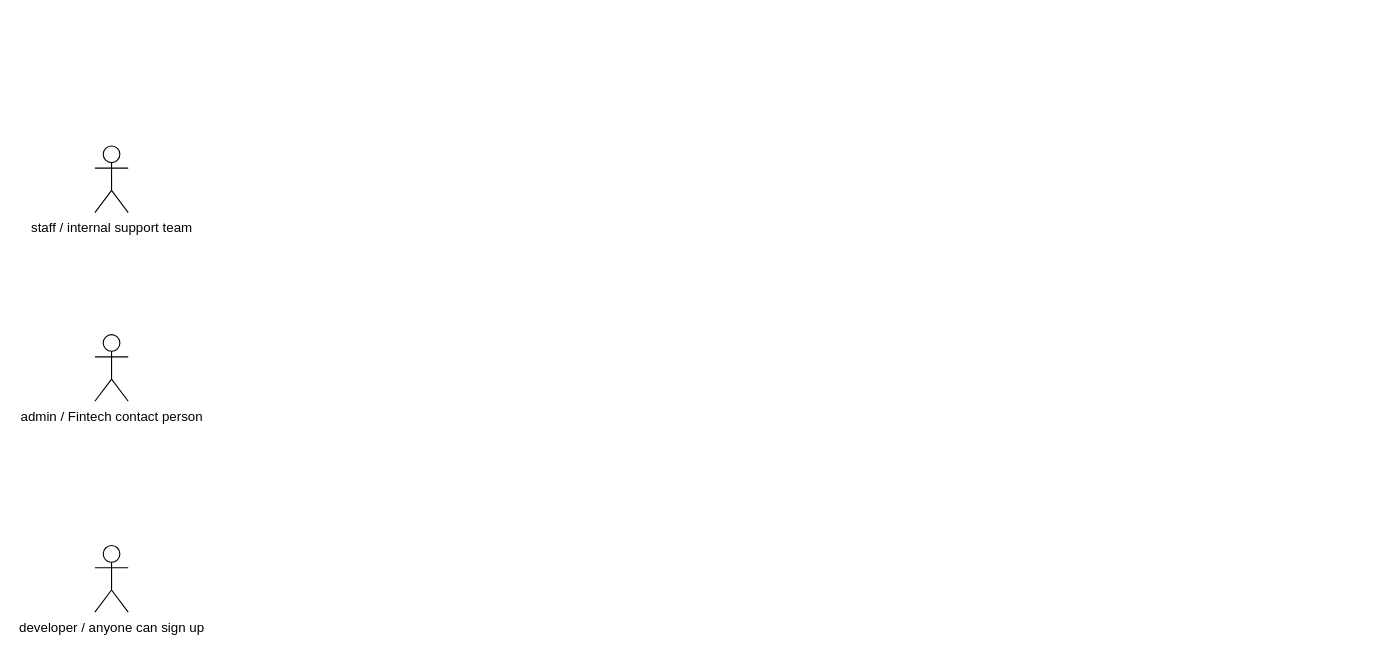
Above: Untitled Diagram.drawio in JoyceZ-collabZone/buildAndDeployMyCapstoneProject (draw.io), before the change. Source tidied: cells renumbered, new cells numbered last; positions are measured from the earlier drawing's top-left corner, leaving out a move shared by most shapes. Both pictures are drawn from the tidied source at 111%, with x=0, y=0 at pixel (94, 145).
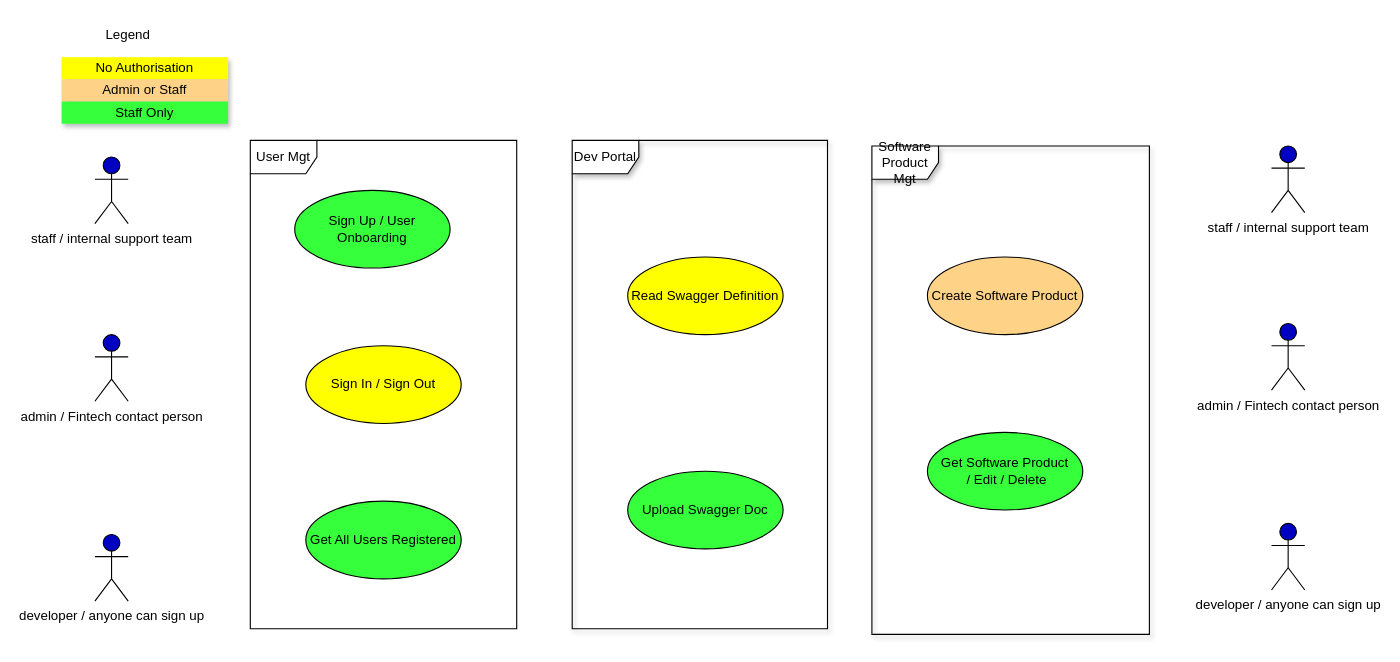
The same diagram, later.

What changed in the source:
```diff
@@
+    <mxCell id="5" value="Dev Portal" style="shape=umlFrame;whiteSpace=wrap;html=1;shadow=1;" parent="1" vertex="1">
+      <mxGeometry x="430" y="-5" width="230" height="440" as="geometry" />
+    </mxCell>
+    <mxCell id="6" value="Software Product Mgt" style="shape=umlFrame;whiteSpace=wrap;html=1;shadow=1;" parent="1" vertex="1">
+      <mxGeometry x="700" width="250" height="440" as="geometry" />
+    </mxCell>
+    <mxCell id="7" value="User Mgt" style="shape=umlFrame;whiteSpace=wrap;html=1;shadow=0;" parent="1" vertex="1">
+      <mxGeometry x="140" y="-5" width="240" height="440" as="geometry" />
+    </mxCell>
-    <mxCell id="2" value="staff / internal support team" style="shape=umlActor;verticalLabelPosition=bottom;verticalAlign=top;html=1;" parent="1" vertex="1">
-      <mxGeometry width="30" height="60" as="geometry" />
+    <mxCell id="2" value="staff / internal support team" style="shape=umlActor;verticalLabelPosition=bottom;verticalAlign=top;html=1;fillColor=#0000C2;" parent="1" vertex="1">
+      <mxGeometry y="10" width="30" height="60" as="geometry" />
     </mxCell>
-    <mxCell id="3" value="admin / Fintech contact person" style="shape=umlActor;verticalLabelPosition=bottom;verticalAlign=top;html=1;" parent="1" vertex="1">
+    <mxCell id="3" value="admin / Fintech contact person" style="shape=umlActor;verticalLabelPosition=bottom;verticalAlign=top;html=1;fillColor=#0000C2;" parent="1" vertex="1">
       <mxGeometry y="170" width="30" height="60" as="geometry" />
     </mxCell>
-    <mxCell id="4" value="developer / anyone can sign up" style="shape=umlActor;verticalLabelPosition=bottom;verticalAlign=top;html=1;" parent="1" vertex="1">
-      <mxGeometry y="360" width="30" height="60" as="geometry" />
+    <mxCell id="4" value="developer / anyone can sign up" style="shape=umlActor;verticalLabelPosition=bottom;verticalAlign=top;html=1;fillColor=#0000C2;" parent="1" vertex="1">
+      <mxGeometry y="350" width="30" height="60" as="geometry" />
     </mxCell>
+    <mxCell id="8" value="Sign In / Sign Out" style="ellipse;whiteSpace=wrap;html=1;fillColor=#FFFF00;" parent="1" vertex="1">
+      <mxGeometry x="190" y="180" width="140" height="70" as="geometry" />
+    </mxCell>
+    <mxCell id="9" value="Sign Up / User Onboarding" style="ellipse;whiteSpace=wrap;html=1;fillColor=#36FF3C;" parent="1" vertex="1">
+      <mxGeometry x="180" y="40" width="140" height="70" as="geometry" />
+    </mxCell>
+    <mxCell id="10" value="Create Software Product" style="ellipse;whiteSpace=wrap;html=1;fillColor=#FFD387;" parent="1" vertex="1">
+      <mxGeometry x="750" y="100" width="140" height="70" as="geometry" />
+    </mxCell>
+    <mxCell id="11" value="Get Software Product&lt;br&gt;&amp;nbsp;/ Edit / Delete" style="ellipse;whiteSpace=wrap;html=1;fillColor=#36FF3C;" parent="1" vertex="1">
+      <mxGeometry x="750" y="258" width="140" height="70" as="geometry" />
+    </mxCell>
+    <mxCell id="12" value="Read Swagger Definition" style="ellipse;whiteSpace=wrap;html=1;fillColor=#FFFF00;" parent="1" vertex="1">
+      <mxGeometry x="480" y="100" width="140" height="70" as="geometry" />
+    </mxCell>
+    <mxCell id="13" value="Upload Swagger Doc" style="ellipse;whiteSpace=wrap;html=1;fillColor=#36FF3C;" parent="1" vertex="1">
+      <mxGeometry x="480" y="293" width="140" height="70" as="geometry" />
+    </mxCell>
+    <mxCell id="14" value="Get All Users Registered" style="ellipse;whiteSpace=wrap;html=1;fillColor=#36FF3C;" parent="1" vertex="1">
+      <mxGeometry x="190" y="320" width="140" height="70" as="geometry" />
+    </mxCell>
+    <mxCell id="15" value="staff / internal support team" style="shape=umlActor;verticalLabelPosition=bottom;verticalAlign=top;html=1;fillColor=#0000C2;" parent="1" vertex="1">
+      <mxGeometry x="1060" width="30" height="60" as="geometry" />
+    </mxCell>
+    <mxCell id="16" value="admin / Fintech contact person" style="shape=umlActor;verticalLabelPosition=bottom;verticalAlign=top;html=1;fillColor=#0000C2;" parent="1" vertex="1">
+      <mxGeometry x="1060" y="160" width="30" height="60" as="geometry" />
+    </mxCell>
+    <mxCell id="17" value="developer / anyone can sign up" style="shape=umlActor;verticalLabelPosition=bottom;verticalAlign=top;html=1;fillColor=#0000C2;" parent="1" vertex="1">
+      <mxGeometry x="1060" y="340" width="30" height="60" as="geometry" />
+    </mxCell>
+    <mxCell id="18" value="No Authorisation" style="text;html=1;strokeColor=none;fillColor=#FFFF00;align=center;verticalAlign=middle;whiteSpace=wrap;rounded=0;shadow=1;" parent="1" vertex="1">
+      <mxGeometry x="-30" y="-80" width="150" height="20" as="geometry" />
+    </mxCell>
+    <mxCell id="19" value="Admin or Staff" style="text;html=1;strokeColor=none;fillColor=#FFD387;align=center;verticalAlign=middle;whiteSpace=wrap;rounded=0;shadow=1;" parent="1" vertex="1">
+      <mxGeometry x="-30" y="-60" width="150" height="20" as="geometry" />
+    </mxCell>
+    <mxCell id="20" value="Staff Only" style="text;html=1;strokeColor=none;fillColor=#36FF3C;align=center;verticalAlign=middle;whiteSpace=wrap;rounded=0;shadow=1;" parent="1" vertex="1">
+      <mxGeometry x="-30" y="-40" width="150" height="20" as="geometry" />
+    </mxCell>
+    <mxCell id="21" value="Legend" style="text;html=1;strokeColor=none;fillColor=none;align=center;verticalAlign=middle;whiteSpace=wrap;rounded=0;shadow=1;" parent="1" vertex="1">
+      <mxGeometry x="10" y="-110" width="40" height="20" as="geometry" />
+    </mxCell>
```
